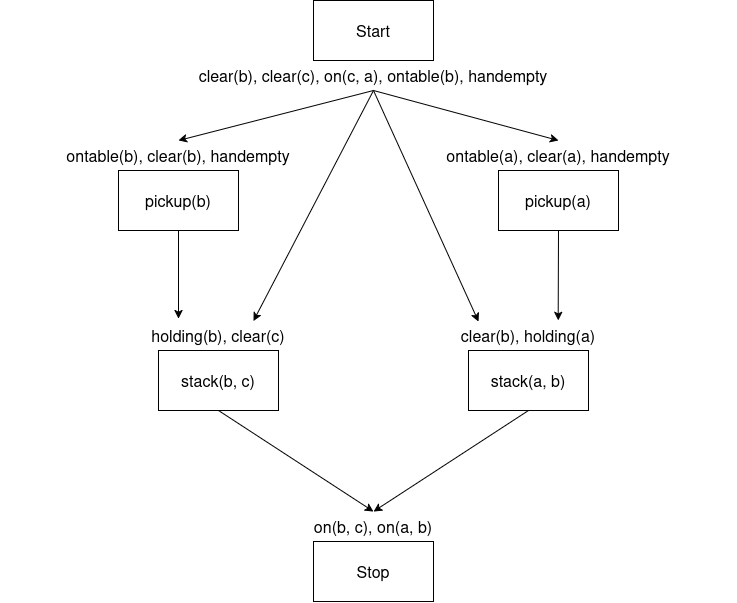
This is Module_1/img/img25.png from Canghiari04/Fundamentals-of-Artificial-Intelligence-and-Knowledge-Rapresentation, a draw.io export, as it was before one commit. Source tidied: cells renumbered, new cells last; positions are measured from the earlier drawing's top-left corner, leaving out a move shared by most shapes.
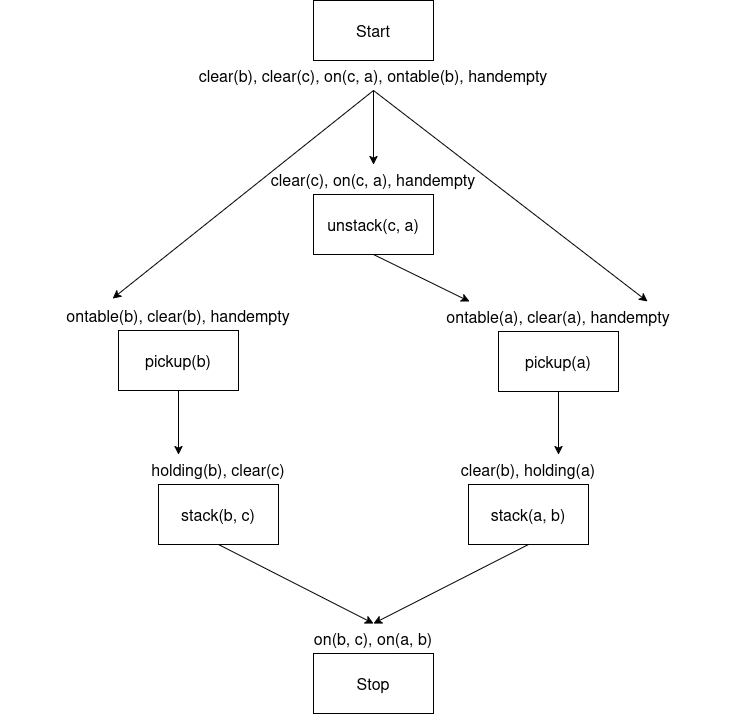
After the change.

Commit message:
updated figure, corrected spelling mistakes

The edit, as a diff of the source:
```diff
@@ -3,22 +3,22 @@
     <mxCell id="0" />
     <mxCell id="1" parent="0" />
     <mxCell id="2" value="&lt;font style=&quot;font-size: 16px;&quot;&gt;Stop&lt;/font&gt;" style="rounded=0;whiteSpace=wrap;html=1;" parent="1" vertex="1">
-      <mxGeometry x="313" y="541" width="120" height="60" as="geometry" />
+      <mxGeometry x="313" y="749" width="120" height="60" as="geometry" />
     </mxCell>
     <mxCell id="3" value="&lt;font style=&quot;font-size: 16px;&quot;&gt;on(b, c),&amp;nbsp;&lt;/font&gt;&lt;font style=&quot;font-size: 16px;&quot;&gt;on(a, b)&lt;/font&gt;" style="text;html=1;whiteSpace=wrap;strokeColor=none;fillColor=none;align=center;verticalAlign=middle;rounded=0;" parent="1" vertex="1">
-      <mxGeometry x="195" y="511" width="356" height="30" as="geometry" />
+      <mxGeometry x="195" y="719" width="356" height="30" as="geometry" />
     </mxCell>
     <mxCell id="4" value="&lt;font style=&quot;font-size: 16px;&quot;&gt;stack(a, b)&lt;/font&gt;" style="rounded=0;whiteSpace=wrap;html=1;" parent="1" vertex="1">
-      <mxGeometry x="468" y="350" width="120" height="60" as="geometry" />
+      <mxGeometry x="468" y="580" width="120" height="60" as="geometry" />
     </mxCell>
     <mxCell id="5" value="&lt;font style=&quot;font-size: 16px;&quot;&gt;clear(b),&amp;nbsp;&lt;/font&gt;&lt;font style=&quot;font-size: 16px;&quot;&gt;holding(a)&lt;/font&gt;" style="text;html=1;whiteSpace=wrap;strokeColor=none;fillColor=none;align=center;verticalAlign=middle;rounded=0;" parent="1" vertex="1">
-      <mxGeometry x="350" y="320" width="356" height="30" as="geometry" />
+      <mxGeometry x="350" y="550" width="356" height="30" as="geometry" />
     </mxCell>
     <mxCell id="6" value="&lt;font style=&quot;font-size: 16px;&quot;&gt;stack(b, c)&lt;/font&gt;" style="rounded=0;whiteSpace=wrap;html=1;" parent="1" vertex="1">
-      <mxGeometry x="158" y="350" width="120" height="60" as="geometry" />
+      <mxGeometry x="158" y="580" width="120" height="60" as="geometry" />
     </mxCell>
     <mxCell id="7" value="&lt;font style=&quot;font-size: 16px;&quot;&gt;holding(b), clear(c)&lt;/font&gt;" style="text;html=1;whiteSpace=wrap;strokeColor=none;fillColor=none;align=center;verticalAlign=middle;rounded=0;" parent="1" vertex="1">
-      <mxGeometry x="40" y="320" width="356" height="30" as="geometry" />
+      <mxGeometry x="40" y="550" width="356" height="30" as="geometry" />
     </mxCell>
     <mxCell id="8" style="endArrow=classic;html=1;rounded=0;exitX=0.5;exitY=1;exitDx=0;exitDy=0;entryX=0.5;entryY=0;entryDx=0;entryDy=0;" parent="1" edge="1" source="6" target="3">
       <mxGeometry relative="1" as="geometry" />
@@ -27,46 +27,50 @@
       <mxGeometry relative="1" as="geometry" />
     </mxCell>
     <mxCell id="10" value="&lt;font style=&quot;font-size: 16px;&quot;&gt;pickup(b)&lt;/font&gt;" style="rounded=0;whiteSpace=wrap;html=1;" parent="1" vertex="1">
-      <mxGeometry x="118" y="170" width="120" height="60" as="geometry" />
+      <mxGeometry x="118" y="426" width="120" height="60" as="geometry" />
     </mxCell>
     <mxCell id="11" value="&lt;font style=&quot;font-size: 16px;&quot;&gt;pickup(a)&lt;/font&gt;" style="rounded=0;whiteSpace=wrap;html=1;" parent="1" vertex="1">
-      <mxGeometry x="498" y="170" width="120" height="60" as="geometry" />
+      <mxGeometry x="498" y="427" width="120" height="60" as="geometry" />
     </mxCell>
     <mxCell id="12" value="&lt;font style=&quot;font-size: 16px;&quot;&gt;Start&lt;/font&gt;" style="rounded=0;whiteSpace=wrap;html=1;" parent="1" vertex="1">
-      <mxGeometry x="313" width="120" height="60" as="geometry" />
+      <mxGeometry x="313" y="96" width="120" height="60" as="geometry" />
     </mxCell>
     <mxCell id="13" value="&lt;font style=&quot;font-size: 16px;&quot;&gt;clear(b), clear(c), on(c, a), ontable(b), handempty&lt;/font&gt;" style="text;html=1;whiteSpace=wrap;strokeColor=none;fillColor=none;align=center;verticalAlign=middle;rounded=0;" parent="1" vertex="1">
-      <mxGeometry x="195" y="60" width="356" height="30" as="geometry" />
+      <mxGeometry x="195" y="156" width="356" height="30" as="geometry" />
     </mxCell>
     <mxCell id="14" style="endArrow=classic;html=1;rounded=0;exitX=0.5;exitY=1;exitDx=0;exitDy=0;" parent="1" edge="1" source="10">
       <mxGeometry relative="1" as="geometry">
-        <mxPoint x="178" y="318" as="targetPoint" />
+        <mxPoint x="178" y="550" as="targetPoint" />
       </mxGeometry>
     </mxCell>
     <mxCell id="15" style="endArrow=classic;html=1;rounded=0;exitX=0.5;exitY=1;exitDx=0;exitDy=0;" parent="1" edge="1" source="11">
       <mxGeometry relative="1" as="geometry">
-        <mxPoint x="557.7" y="320" as="targetPoint" />
+        <mxPoint x="558" y="550" as="targetPoint" />
       </mxGeometry>
     </mxCell>
-    <mxCell id="16" style="endArrow=classic;html=1;rounded=0;exitX=0.5;exitY=1;exitDx=0;exitDy=0;entryX=0.598;entryY=0.019;entryDx=0;entryDy=0;entryPerimeter=0;" parent="1" edge="1" source="13" target="7">
-      <mxGeometry relative="1" as="geometry" />
-    </mxCell>
-    <mxCell id="17" style="endArrow=classic;html=1;rounded=0;exitX=0.5;exitY=1;exitDx=0;exitDy=0;entryX=0.598;entryY=0.019;entryDx=0;entryDy=0;entryPerimeter=0;" parent="1" edge="1" source="13">
-      <mxGeometry relative="1" as="geometry">
-        <mxPoint x="478" y="321" as="targetPoint" />
-      </mxGeometry>
-    </mxCell>
-    <mxCell id="18" style="endArrow=classic;html=1;rounded=0;exitX=0.5;exitY=1;exitDx=0;exitDy=0;entryX=0.5;entryY=0;entryDx=0;entryDy=0;" parent="1" edge="1" source="13" target="19">
-      <mxGeometry relative="1" as="geometry" />
-    </mxCell>
     <mxCell id="19" value="&lt;font style=&quot;font-size: 16px;&quot;&gt;ontable(b), clear(b), handempty&lt;/font&gt;" style="text;html=1;whiteSpace=wrap;strokeColor=none;fillColor=none;align=center;verticalAlign=middle;rounded=0;" parent="1" vertex="1">
-      <mxGeometry y="140" width="356" height="30" as="geometry" />
+      <mxGeometry y="396" width="356" height="30" as="geometry" />
     </mxCell>
     <mxCell id="20" value="&lt;font style=&quot;font-size: 16px;&quot;&gt;ontable(a), clear(a), handempty&lt;/font&gt;" style="text;html=1;whiteSpace=wrap;strokeColor=none;fillColor=none;align=center;verticalAlign=middle;rounded=0;" parent="1" vertex="1">
-      <mxGeometry x="380" y="140" width="356" height="30" as="geometry" />
+      <mxGeometry x="380" y="397" width="356" height="30" as="geometry" />
     </mxCell>
+    <mxCell id="22" style="rounded=0;jettySize=auto;html=1;exitX=0.5;exitY=1;exitDx=0;exitDy=0;entryX=0.25;entryY=0;entryDx=0;entryDy=0;" parent="1" edge="1" source="23" target="20">
+      <mxGeometry relative="1" as="geometry" />
+    </mxCell>
+    <mxCell id="23" value="&lt;font style=&quot;font-size: 16px;&quot;&gt;unstack(c, a)&lt;/font&gt;" style="rounded=0;whiteSpace=wrap;html=1;" parent="1" vertex="1">
+      <mxGeometry x="313" y="290" width="120" height="60" as="geometry" />
+    </mxCell>
+    <mxCell id="24" value="&lt;font style=&quot;font-size: 16px;&quot;&gt;clear(c), on(c, a), handempty&lt;/font&gt;" style="text;html=1;whiteSpace=wrap;strokeColor=none;fillColor=none;align=center;verticalAlign=middle;rounded=0;" parent="1" vertex="1">
+      <mxGeometry x="195" y="260" width="356" height="30" as="geometry" />
+    </mxCell>
+    <mxCell id="25" style="endArrow=classic;html=1;rounded=0;entryX=0.5;entryY=0;entryDx=0;entryDy=0;" parent="1" edge="1" source="13" target="24">
+      <mxGeometry relative="1" as="geometry" />
+    </mxCell>
-    <mxCell id="21" style="endArrow=classic;html=1;rounded=0;exitX=0.5;exitY=1;exitDx=0;exitDy=0;entryX=0.5;entryY=0;entryDx=0;entryDy=0;" parent="1" edge="1" source="13" target="20">
+    <mxCell id="21" style="rounded=0;jettySize=auto;html=1;exitX=0.5;exitY=1;exitDx=0;exitDy=0;entryX=0.75;entryY=0;entryDx=0;entryDy=0;" parent="1" edge="1" source="13" target="20">
       <mxGeometry relative="1" as="geometry" />
     </mxCell>
+    <mxCell id="18" style="endArrow=classic;html=1;rounded=0;entryX=0.315;entryY=-0.067;entryDx=0;entryDy=0;exitX=0.5;exitY=1;exitDx=0;exitDy=0;entryPerimeter=0;" parent="1" edge="1" source="13" target="19">
+      <mxGeometry relative="1" as="geometry" />
+    </mxCell>
   </root>
 </mxGraphModel>
```
